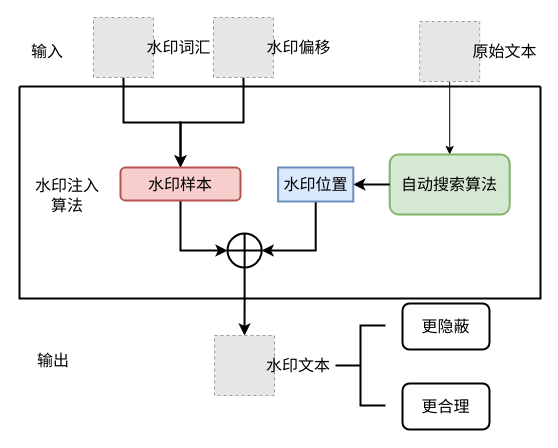
The draw.io diagram d2.drawio in Icathian-Rain/process_maps, before the edit. Source tidied: cells renumbered, new cells numbered last; positions are measured from the earlier drawing's top-left corner, leaving out a move shared by most shapes. Both pictures are drawn from the tidied source at 100%, with x=0, y=0 at pixel (17, 17). Pictures stored in the file or linked from it are replaced by grey dashed boxes.
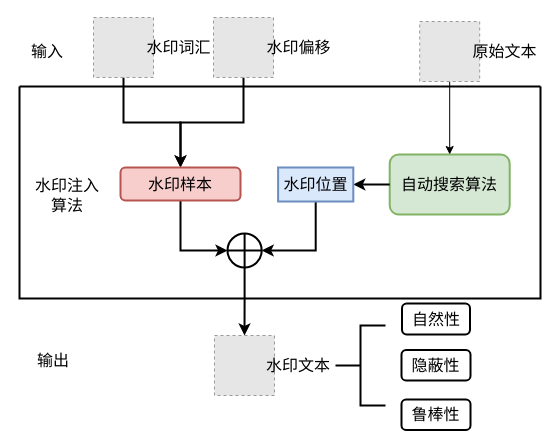
The same page after the edit.

What changed in the source:
```diff
@@
-    <mxCell id="18" value="更隐蔽" style="rounded=1;whiteSpace=wrap;html=1;fontSize=16;strokeWidth=2;" parent="1" vertex="1">
-      <mxGeometry x="385" y="286" width="87" height="46" as="geometry" />
+    <mxCell id="18" value="自然性" style="rounded=1;whiteSpace=wrap;html=1;fontSize=16;strokeWidth=2;" parent="1" vertex="1">
+      <mxGeometry x="384.5" y="286" width="68" height="31" as="geometry" />
     </mxCell>
-    <mxCell id="19" value="更合理" style="rounded=1;whiteSpace=wrap;html=1;fontSize=16;strokeWidth=2;" parent="1" vertex="1">
-      <mxGeometry x="385" y="366" width="87" height="46" as="geometry" />
+    <mxCell id="19" value="隐蔽性" style="rounded=1;whiteSpace=wrap;html=1;fontSize=16;strokeWidth=2;" parent="1" vertex="1">
+      <mxGeometry x="384" y="332.5" width="69" height="30.5" as="geometry" />
     </mxCell>
@@
+    <mxCell id="28" value="鲁棒性" style="rounded=1;whiteSpace=wrap;html=1;fontSize=16;strokeWidth=2;" parent="1" vertex="1">
+      <mxGeometry x="384" y="382" width="69" height="30.5" as="geometry" />
+    </mxCell>
```
